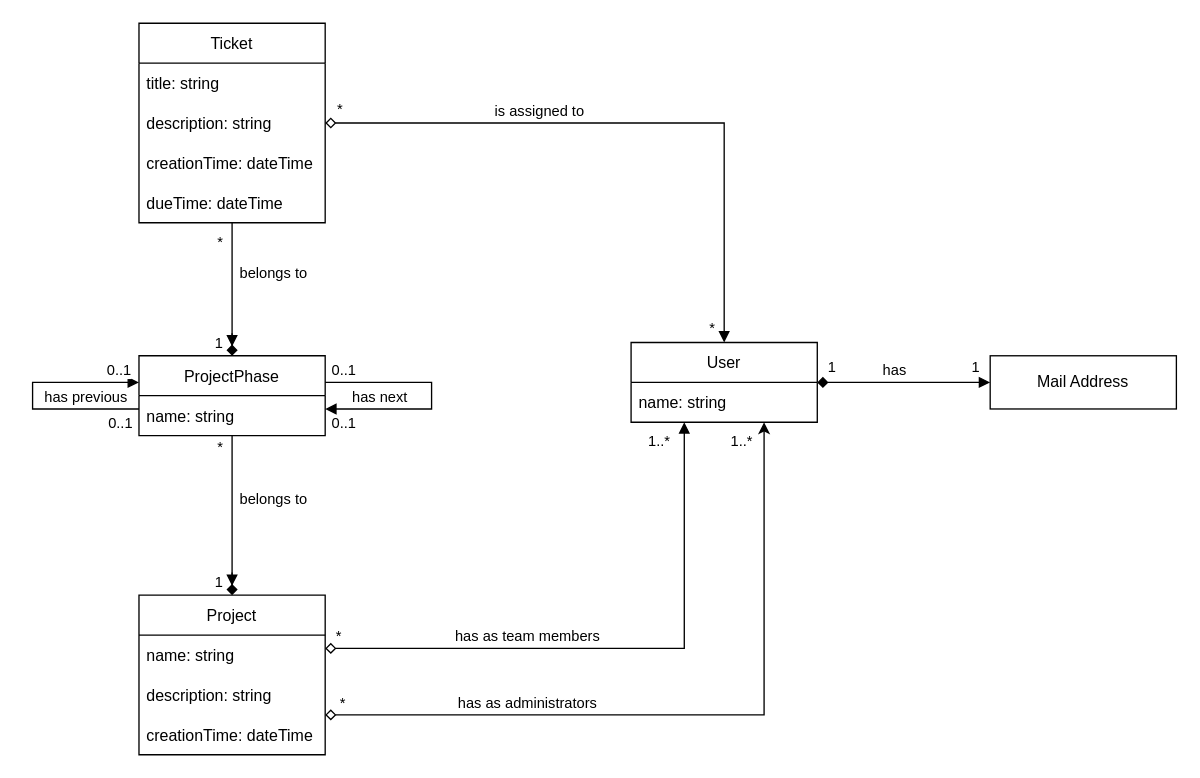
This is doc/logical_data_model/logical_data_model.drawio from dkettner/ticketing-system, a draw.io file, before an edit. Source tidied: cells renumbered, new cells numbered last; positions are measured from the earlier drawing's top-left corner, leaving out a move shared by most shapes. Both pictures are drawn from the tidied source at 133%, with x=0, y=0 at pixel (32, 23).
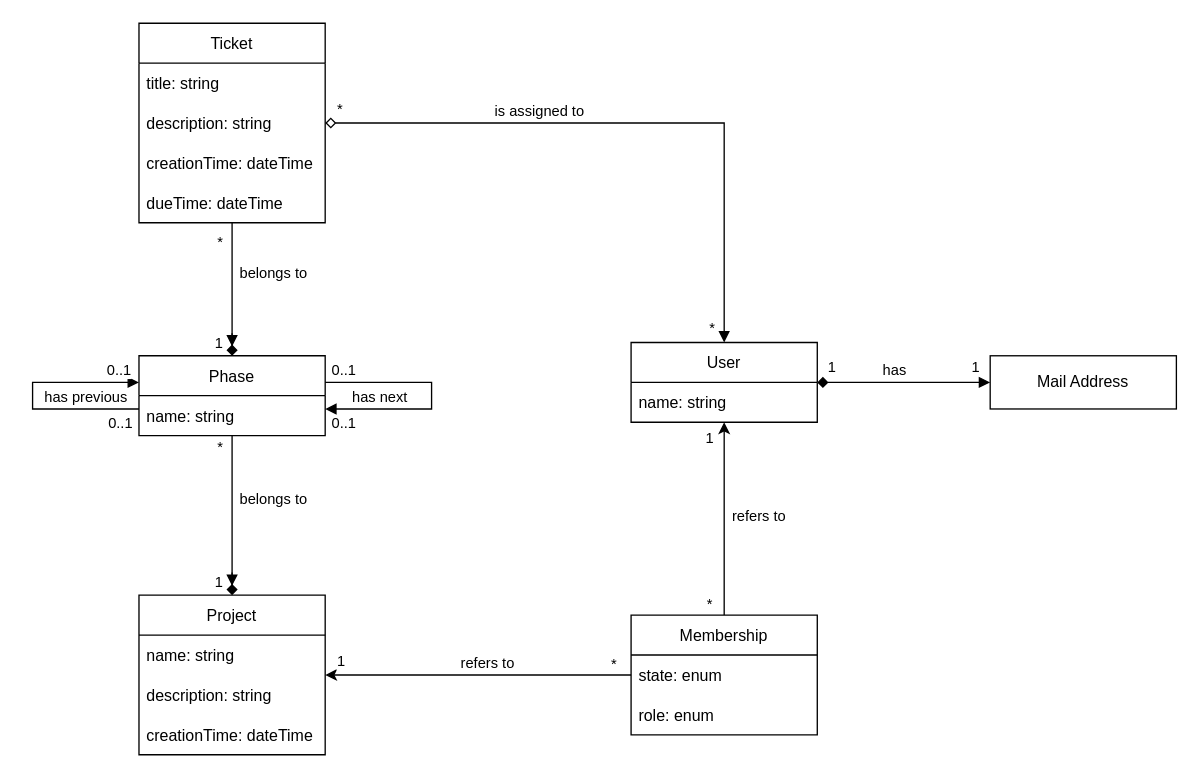
The same diagram, later.

Unchanged cells that the change refers to:
```xml
<mxCell id="10" value="User" style="swimlane;fontStyle=0;horizontal=1;startSize=30;" parent="1" vertex="1">
  <mxGeometry x="450" y="240" width="140" height="60" as="geometry" />
</mxCell>
<mxCell id="16" value="Project" style="swimlane;fontStyle=0;horizontal=1;startSize=30;" parent="1" vertex="1">
  <mxGeometry x="80" y="430" width="140" height="120" as="geometry" />
</mxCell>
```

What changed in the source:
```diff
@@
-    <mxCell id="2" style="edgeStyle=orthogonalEdgeStyle;rounded=0;jettySize=auto;html=1;endArrow=diamond;endFill=0;startArrow=block;startFill=1;" parent="1" edge="1" source="10" target="16">
-      <mxGeometry relative="1" as="geometry">
-        <Array as="points">
-          <mxPoint x="490" y="470" />
-        </Array>
-      </mxGeometry>
-    </mxCell>
-    <mxCell id="3" value="1..*" style="edgeLabel;html=1;align=center;verticalAlign=middle;labelBackgroundColor=none;" parent="2" vertex="1">
-      <mxGeometry x="-0.74" y="1" relative="1" as="geometry">
-        <mxPoint x="-21" y="-44" as="offset" />
-      </mxGeometry>
-    </mxCell>
-    <mxCell id="4" value="*" style="edgeLabel;html=1;align=center;verticalAlign=middle;" parent="2" vertex="1">
-      <mxGeometry x="0.76" y="-1" relative="1" as="geometry">
-        <mxPoint x="-44" y="-9" as="offset" />
-      </mxGeometry>
-    </mxCell>
-    <mxCell id="5" value="has as team members" style="edgeLabel;html=1;align=center;verticalAlign=middle;" parent="2" vertex="1">
-      <mxGeometry x="0.13" y="1" relative="1" as="geometry">
-        <mxPoint x="-40" y="-11" as="offset" />
-      </mxGeometry>
-    </mxCell>
@@
-    <mxCell id="12" style="edgeStyle=orthogonalEdgeStyle;rounded=0;jettySize=auto;html=1;startArrow=diamond;startFill=0;" parent="1" edge="1" source="16" target="10">
-      <mxGeometry relative="1" as="geometry">
-        <Array as="points">
-          <mxPoint x="550" y="520" />
-        </Array>
-      </mxGeometry>
-    </mxCell>
-    <mxCell id="13" value="has as administrators" style="edgeLabel;html=1;align=center;verticalAlign=middle;" parent="12" vertex="1">
-      <mxGeometry x="-0.62" y="-1" relative="1" as="geometry">
-        <mxPoint x="46" y="-11" as="offset" />
-      </mxGeometry>
-    </mxCell>
-    <mxCell id="14" value="*" style="edgeLabel;html=1;align=center;verticalAlign=middle;" parent="12" vertex="1">
-      <mxGeometry x="-0.96" y="2" relative="1" as="geometry">
-        <mxPoint x="1" y="-8" as="offset" />
-      </mxGeometry>
-    </mxCell>
-    <mxCell id="15" value="1..*" style="edgeLabel;html=1;align=center;verticalAlign=middle;" parent="12" vertex="1">
-      <mxGeometry x="0.94" y="1" relative="1" as="geometry">
-        <mxPoint x="-17" y="-3" as="offset" />
-      </mxGeometry>
-    </mxCell>
@@
-    <mxCell id="38" value="ProjectPhase" style="swimlane;fontStyle=0;horizontal=1;startSize=30;labelBackgroundColor=none;fillColor=none;" parent="1" vertex="1">
+    <mxCell id="38" value="Phase" style="swimlane;fontStyle=0;horizontal=1;startSize=30;labelBackgroundColor=none;fillColor=none;" parent="1" vertex="1">
       <mxGeometry x="80" y="250" width="140" height="60" as="geometry" />
     </mxCell>
@@
+    <mxCell id="50" style="edgeStyle=orthogonalEdgeStyle;rounded=0;jettySize=auto;html=1;" parent="1" edge="1" source="58" target="10">
+      <mxGeometry relative="1" as="geometry" />
+    </mxCell>
+    <mxCell id="51" value="1" style="edgeLabel;html=1;align=center;verticalAlign=middle;" parent="50" vertex="1">
+      <mxGeometry x="0.77" relative="1" as="geometry">
+        <mxPoint x="-12" y="-6" as="offset" />
+      </mxGeometry>
+    </mxCell>
+    <mxCell id="52" value="*" style="edgeLabel;html=1;align=center;verticalAlign=middle;" parent="50" vertex="1">
+      <mxGeometry x="-0.78" y="-1" relative="1" as="geometry">
+        <mxPoint x="-13" y="7" as="offset" />
+      </mxGeometry>
+    </mxCell>
+    <mxCell id="53" value="refers to" style="edgeLabel;html=1;align=center;verticalAlign=middle;" parent="50" vertex="1">
+      <mxGeometry x="0.18" y="2" relative="1" as="geometry">
+        <mxPoint x="27" y="11" as="offset" />
+      </mxGeometry>
+    </mxCell>
+    <mxCell id="54" style="edgeStyle=orthogonalEdgeStyle;rounded=0;jettySize=auto;html=1;" parent="1" edge="1" source="58" target="16">
+      <mxGeometry relative="1" as="geometry" />
+    </mxCell>
+    <mxCell id="55" value="*" style="edgeLabel;html=1;align=center;verticalAlign=middle;" parent="54" vertex="1">
+      <mxGeometry x="-0.92" y="-1" relative="1" as="geometry">
+        <mxPoint x="-5" y="-8" as="offset" />
+      </mxGeometry>
+    </mxCell>
+    <mxCell id="56" value="1" style="edgeLabel;html=1;align=center;verticalAlign=middle;" parent="54" vertex="1">
+      <mxGeometry x="0.86" y="-1" relative="1" as="geometry">
+        <mxPoint x="-5" y="-10" as="offset" />
+      </mxGeometry>
+    </mxCell>
+    <mxCell id="57" value="refers to" style="edgeLabel;html=1;align=center;verticalAlign=middle;" parent="54" vertex="1">
+      <mxGeometry x="-0.17" y="-2" relative="1" as="geometry">
+        <mxPoint x="-14" y="-8" as="offset" />
+      </mxGeometry>
+    </mxCell>
+    <mxCell id="58" value="Membership" style="swimlane;fontStyle=0;horizontal=1;startSize=30;" parent="1" vertex="1">
+      <mxGeometry x="450" y="445" width="140" height="90" as="geometry" />
+    </mxCell>
+    <mxCell id="59" value="state: enum" style="text;strokeColor=none;fillColor=none;align=left;verticalAlign=middle;spacingLeft=4;spacingRight=4;overflow=hidden;" parent="58" vertex="1">
+      <mxGeometry y="30" width="140" height="30" as="geometry" />
+    </mxCell>
+    <mxCell id="60" value="role: enum" style="text;strokeColor=none;fillColor=none;align=left;verticalAlign=middle;spacingLeft=4;spacingRight=4;overflow=hidden;" parent="58" vertex="1">
+      <mxGeometry y="60" width="140" height="30" as="geometry" />
+    </mxCell>
```
